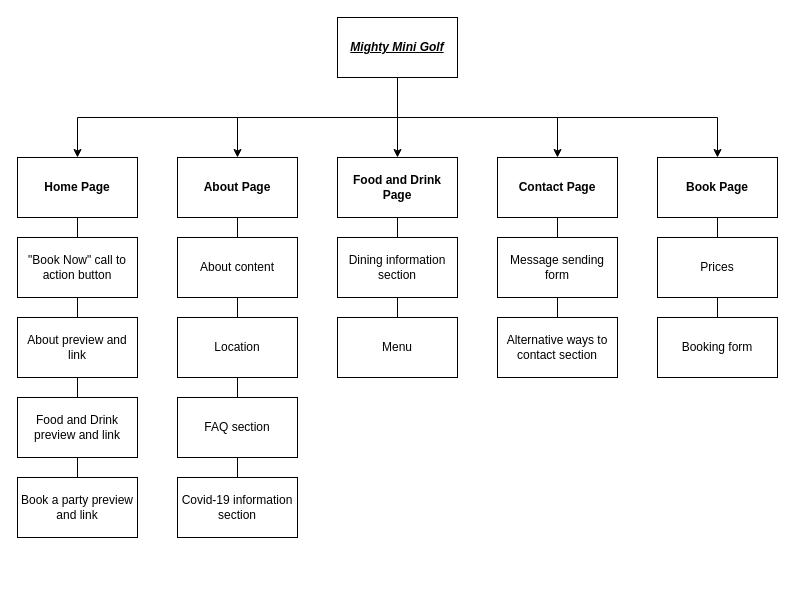
Above: docs/sitemap.drawio in MitchellJC/mightyMiniGolf (draw.io), before the change. Source tidied: cells renumbered, new cells numbered last; positions are measured from the earlier drawing's top-left corner, leaving out a move shared by most shapes. Both pictures are drawn from the tidied source at 100%, with x=0, y=0 at pixel (17, 17).
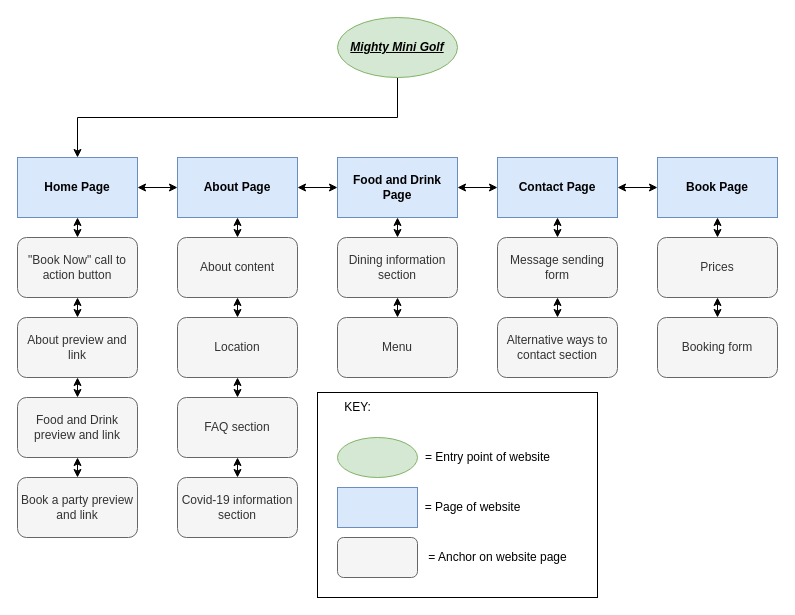
After the change.

The edit, as a diff of the source:
```diff
@@
-    <mxCell id="2" style="edgeStyle=orthogonalEdgeStyle;rounded=0;jettySize=auto;html=1;" parent="1" edge="1" source="7" target="8">
-      <mxGeometry relative="1" as="geometry" />
-    </mxCell>
+    <mxCell id="41" style="rounded=0;whiteSpace=wrap;html=1;" parent="1" vertex="1">
+      <mxGeometry x="300" y="375" width="280" height="205" as="geometry" />
+    </mxCell>
-    <mxCell id="3" style="edgeStyle=orthogonalEdgeStyle;rounded=0;jettySize=auto;html=1;exitX=0.5;exitY=1;exitDx=0;exitDy=0;" parent="1" edge="1" source="7" target="12">
+    <mxCell id="3" style="edgeStyle=orthogonalEdgeStyle;rounded=0;jettySize=auto;html=1;exitX=0.5;exitY=1;exitDx=0;exitDy=0;endArrow=classic;endFill=1;" parent="1" edge="1" source="7" target="12">
       <mxGeometry relative="1" as="geometry" />
     </mxCell>
-    <mxCell id="4" style="edgeStyle=orthogonalEdgeStyle;rounded=0;jettySize=auto;html=1;exitX=0.5;exitY=1;exitDx=0;exitDy=0;entryX=0.5;entryY=0;entryDx=0;entryDy=0;" parent="1" edge="1" source="7" target="9">
-      <mxGeometry relative="1" as="geometry" />
-    </mxCell>
-    <mxCell id="5" style="edgeStyle=orthogonalEdgeStyle;rounded=0;jettySize=auto;html=1;exitX=0.5;exitY=1;exitDx=0;exitDy=0;entryX=0.5;entryY=0;entryDx=0;entryDy=0;" parent="1" edge="1" source="7" target="10">
-      <mxGeometry relative="1" as="geometry" />
-    </mxCell>
-    <mxCell id="6" style="edgeStyle=orthogonalEdgeStyle;rounded=0;jettySize=auto;html=1;exitX=0.5;exitY=1;exitDx=0;exitDy=0;entryX=0.5;entryY=0;entryDx=0;entryDy=0;" parent="1" edge="1" source="7" target="13">
-      <mxGeometry relative="1" as="geometry" />
-    </mxCell>
-    <mxCell id="7" value="&lt;b&gt;&lt;i&gt;&lt;u&gt;Mighty Mini Golf&lt;/u&gt;&lt;/i&gt;&lt;/b&gt;" style="rounded=0;whiteSpace=wrap;html=1;" parent="1" vertex="1">
+    <mxCell id="7" value="&lt;b&gt;&lt;i&gt;&lt;u&gt;Mighty Mini Golf&lt;/u&gt;&lt;/i&gt;&lt;/b&gt;" style="ellipse;whiteSpace=wrap;html=1;fontFamily=Helvetica;fontSize=12;align=center;strokeColor=#82b366;fillColor=#d5e8d4;" parent="1" vertex="1">
       <mxGeometry x="320" width="120" height="60" as="geometry" />
     </mxCell>
+    <mxCell id="42" style="edgeStyle=orthogonalEdgeStyle;rounded=0;jettySize=auto;html=1;exitX=1;exitY=0.5;exitDx=0;exitDy=0;entryX=0;entryY=0.5;entryDx=0;entryDy=0;endArrow=classic;endFill=1;startArrow=classic;startFill=1;" parent="1" edge="1" source="8" target="10">
+      <mxGeometry relative="1" as="geometry" />
+    </mxCell>
-    <mxCell id="8" value="&lt;b&gt;Food and Drink Page&lt;/b&gt;" style="rounded=0;whiteSpace=wrap;html=1;" parent="1" vertex="1">
+    <mxCell id="8" value="&lt;b&gt;Food and Drink Page&lt;/b&gt;" style="rounded=0;whiteSpace=wrap;html=1;fillColor=#dae8fc;strokeColor=#6c8ebf;" parent="1" vertex="1">
       <mxGeometry x="320" y="140" width="120" height="60" as="geometry" />
     </mxCell>
+    <mxCell id="43" style="edgeStyle=orthogonalEdgeStyle;rounded=0;jettySize=auto;html=1;exitX=1;exitY=0.5;exitDx=0;exitDy=0;entryX=0;entryY=0.5;entryDx=0;entryDy=0;endArrow=classic;endFill=1;startArrow=classic;startFill=1;" parent="1" edge="1" source="9" target="8">
+      <mxGeometry relative="1" as="geometry" />
+    </mxCell>
-    <mxCell id="9" value="&lt;b&gt;About Page&lt;/b&gt;" style="rounded=0;whiteSpace=wrap;html=1;" parent="1" vertex="1">
+    <mxCell id="9" value="&lt;b&gt;About Page&lt;/b&gt;" style="rounded=0;whiteSpace=wrap;html=1;fillColor=#dae8fc;strokeColor=#6c8ebf;" parent="1" vertex="1">
       <mxGeometry x="160" y="140" width="120" height="60" as="geometry" />
     </mxCell>
+    <mxCell id="44" style="edgeStyle=orthogonalEdgeStyle;rounded=0;jettySize=auto;html=1;exitX=1;exitY=0.5;exitDx=0;exitDy=0;entryX=0;entryY=0.5;entryDx=0;entryDy=0;endArrow=classic;endFill=1;startArrow=classic;startFill=1;" parent="1" edge="1" source="10" target="13">
+      <mxGeometry relative="1" as="geometry" />
+    </mxCell>
-    <mxCell id="10" value="&lt;b&gt;Contact Page&lt;/b&gt;" style="rounded=0;whiteSpace=wrap;html=1;" parent="1" vertex="1">
+    <mxCell id="10" value="&lt;b&gt;Contact Page&lt;/b&gt;" style="rounded=0;whiteSpace=wrap;html=1;fillColor=#dae8fc;strokeColor=#6c8ebf;" parent="1" vertex="1">
       <mxGeometry x="480" y="140" width="120" height="60" as="geometry" />
     </mxCell>
-    <mxCell id="11" style="edgeStyle=none;rounded=0;jettySize=auto;html=1;exitX=0.5;exitY=1;exitDx=0;exitDy=0;endArrow=none;endFill=0;" parent="1" edge="1" source="12">
+    <mxCell id="11" style="edgeStyle=none;rounded=0;jettySize=auto;html=1;exitX=0.5;exitY=1;exitDx=0;exitDy=0;endArrow=classic;endFill=1;startArrow=classic;startFill=1;" parent="1" edge="1" source="12">
       <mxGeometry relative="1" as="geometry">
         <mxPoint x="60" y="220" as="targetPoint" />
       </mxGeometry>
     </mxCell>
+    <mxCell id="45" style="edgeStyle=orthogonalEdgeStyle;rounded=0;jettySize=auto;html=1;exitX=1;exitY=0.5;exitDx=0;exitDy=0;entryX=0;entryY=0.5;entryDx=0;entryDy=0;endArrow=classic;endFill=1;startArrow=classic;startFill=1;" parent="1" edge="1" source="12" target="9">
+      <mxGeometry relative="1" as="geometry" />
+    </mxCell>
-    <mxCell id="12" value="&lt;b&gt;Home Page&lt;/b&gt;" style="rounded=0;whiteSpace=wrap;html=1;" parent="1" vertex="1">
+    <mxCell id="12" value="&lt;b&gt;Home Page&lt;/b&gt;" style="rounded=0;whiteSpace=wrap;html=1;fillColor=#dae8fc;strokeColor=#6c8ebf;" parent="1" vertex="1">
       <mxGeometry y="140" width="120" height="60" as="geometry" />
     </mxCell>
-    <mxCell id="13" value="&lt;b&gt;Book Page&lt;/b&gt;" style="rounded=0;whiteSpace=wrap;html=1;" parent="1" vertex="1">
+    <mxCell id="13" value="&lt;b&gt;Book Page&lt;/b&gt;" style="rounded=0;whiteSpace=wrap;html=1;fillColor=#dae8fc;strokeColor=#6c8ebf;" parent="1" vertex="1">
       <mxGeometry x="640" y="140" width="120" height="60" as="geometry" />
     </mxCell>
-    <mxCell id="14" value="&quot;Book Now&quot; call to action button" style="rounded=0;whiteSpace=wrap;html=1;" parent="1" vertex="1">
+    <mxCell id="14" value="&quot;Book Now&quot; call to action button" style="rounded=1;whiteSpace=wrap;html=1;fillColor=#f5f5f5;strokeColor=#666666;fontColor=#333333;" parent="1" vertex="1">
       <mxGeometry y="220" width="120" height="60" as="geometry" />
     </mxCell>
-    <mxCell id="15" style="edgeStyle=none;rounded=0;orthogonalLoop=1;jettySize=auto;html=1;exitX=0.5;exitY=1;exitDx=0;exitDy=0;endArrow=none;endFill=0;" parent="1" edge="1">
+    <mxCell id="15" style="edgeStyle=none;rounded=0;orthogonalLoop=1;jettySize=auto;html=1;exitX=0.5;exitY=1;exitDx=0;exitDy=0;endArrow=classic;endFill=1;startArrow=classic;startFill=1;" parent="1" edge="1">
       <mxGeometry relative="1" as="geometry">
         <mxPoint x="60" y="280" as="sourcePoint" />
         <mxPoint x="60" y="300" as="targetPoint" />
       </mxGeometry>
     </mxCell>
-    <mxCell id="16" value="About preview and link" style="rounded=0;whiteSpace=wrap;html=1;" parent="1" vertex="1">
+    <mxCell id="16" value="About preview and link" style="rounded=1;whiteSpace=wrap;html=1;fillColor=#f5f5f5;strokeColor=#666666;fontColor=#333333;" parent="1" vertex="1">
       <mxGeometry y="300" width="120" height="60" as="geometry" />
     </mxCell>
-    <mxCell id="17" style="edgeStyle=none;rounded=0;orthogonalLoop=1;jettySize=auto;html=1;exitX=0.5;exitY=1;exitDx=0;exitDy=0;endArrow=none;endFill=0;" parent="1" edge="1">
+    <mxCell id="17" style="edgeStyle=none;rounded=0;orthogonalLoop=1;jettySize=auto;html=1;exitX=0.5;exitY=1;exitDx=0;exitDy=0;endArrow=classic;endFill=1;startArrow=classic;startFill=1;" parent="1" edge="1">
       <mxGeometry relative="1" as="geometry">
         <mxPoint x="60" y="360" as="sourcePoint" />
         <mxPoint x="60" y="380" as="targetPoint" />
       </mxGeometry>
     </mxCell>
-    <mxCell id="18" value="Food and Drink preview and link" style="rounded=0;whiteSpace=wrap;html=1;" parent="1" vertex="1">
+    <mxCell id="18" value="Food and Drink preview and link" style="rounded=1;whiteSpace=wrap;html=1;fillColor=#f5f5f5;strokeColor=#666666;fontColor=#333333;" parent="1" vertex="1">
       <mxGeometry y="380" width="120" height="60" as="geometry" />
     </mxCell>
-    <mxCell id="19" style="edgeStyle=none;rounded=0;orthogonalLoop=1;jettySize=auto;html=1;exitX=0.5;exitY=1;exitDx=0;exitDy=0;endArrow=none;endFill=0;" parent="1" edge="1">
+    <mxCell id="19" style="edgeStyle=none;rounded=0;orthogonalLoop=1;jettySize=auto;html=1;exitX=0.5;exitY=1;exitDx=0;exitDy=0;endArrow=classic;endFill=1;startArrow=classic;startFill=1;" parent="1" edge="1">
       <mxGeometry relative="1" as="geometry">
         <mxPoint x="60" y="440" as="sourcePoint" />
         <mxPoint x="60" y="460" as="targetPoint" />
       </mxGeometry>
     </mxCell>
-    <mxCell id="20" value="Book a party preview and link" style="rounded=0;whiteSpace=wrap;html=1;" parent="1" vertex="1">
+    <mxCell id="20" value="Book a party preview and link" style="rounded=1;whiteSpace=wrap;html=1;fillColor=#f5f5f5;strokeColor=#666666;fontColor=#333333;" parent="1" vertex="1">
       <mxGeometry y="460" width="120" height="60" as="geometry" />
     </mxCell>
-    <mxCell id="21" style="edgeStyle=none;rounded=0;orthogonalLoop=1;jettySize=auto;html=1;exitX=0.5;exitY=1;exitDx=0;exitDy=0;endArrow=none;endFill=0;" parent="1" edge="1">
+    <mxCell id="21" style="edgeStyle=none;rounded=0;orthogonalLoop=1;jettySize=auto;html=1;exitX=0.5;exitY=1;exitDx=0;exitDy=0;endArrow=classic;endFill=1;startArrow=classic;startFill=1;" parent="1" edge="1">
       <mxGeometry relative="1" as="geometry">
         <mxPoint x="220" y="200" as="sourcePoint" />
         <mxPoint x="220" y="220" as="targetPoint" />
       </mxGeometry>
     </mxCell>
-    <mxCell id="22" value="About content" style="rounded=0;whiteSpace=wrap;html=1;" parent="1" vertex="1">
+    <mxCell id="22" value="About content" style="rounded=1;whiteSpace=wrap;html=1;fillColor=#f5f5f5;strokeColor=#666666;fontColor=#333333;" parent="1" vertex="1">
       <mxGeometry x="160" y="220" width="120" height="60" as="geometry" />
     </mxCell>
-    <mxCell id="23" style="edgeStyle=none;rounded=0;orthogonalLoop=1;jettySize=auto;html=1;exitX=0.5;exitY=1;exitDx=0;exitDy=0;endArrow=none;endFill=0;" parent="1" edge="1">
+    <mxCell id="23" style="edgeStyle=none;rounded=0;orthogonalLoop=1;jettySize=auto;html=1;exitX=0.5;exitY=1;exitDx=0;exitDy=0;endArrow=classic;endFill=1;startArrow=classic;startFill=1;" parent="1" edge="1">
       <mxGeometry relative="1" as="geometry">
         <mxPoint x="220" y="280" as="sourcePoint" />
         <mxPoint x="220" y="300" as="targetPoint" />
       </mxGeometry>
     </mxCell>
-    <mxCell id="24" value="Location" style="rounded=0;whiteSpace=wrap;html=1;" parent="1" vertex="1">
+    <mxCell id="24" value="Location" style="rounded=1;whiteSpace=wrap;html=1;fillColor=#f5f5f5;strokeColor=#666666;fontColor=#333333;" parent="1" vertex="1">
       <mxGeometry x="160" y="300" width="120" height="60" as="geometry" />
     </mxCell>
-    <mxCell id="25" style="edgeStyle=none;rounded=0;orthogonalLoop=1;jettySize=auto;html=1;exitX=0.5;exitY=1;exitDx=0;exitDy=0;endArrow=none;endFill=0;" parent="1" edge="1">
+    <mxCell id="25" style="edgeStyle=none;rounded=0;orthogonalLoop=1;jettySize=auto;html=1;exitX=0.5;exitY=1;exitDx=0;exitDy=0;endArrow=classic;endFill=1;startArrow=classic;startFill=1;" parent="1" edge="1">
       <mxGeometry relative="1" as="geometry">
         <mxPoint x="220" y="360" as="sourcePoint" />
         <mxPoint x="220" y="380" as="targetPoint" />
       </mxGeometry>
     </mxCell>
-    <mxCell id="26" value="FAQ section" style="rounded=0;whiteSpace=wrap;html=1;" parent="1" vertex="1">
+    <mxCell id="26" value="FAQ section" style="rounded=1;whiteSpace=wrap;html=1;fillColor=#f5f5f5;strokeColor=#666666;fontColor=#333333;" parent="1" vertex="1">
       <mxGeometry x="160" y="380" width="120" height="60" as="geometry" />
     </mxCell>
-    <mxCell id="27" style="edgeStyle=none;rounded=0;orthogonalLoop=1;jettySize=auto;html=1;exitX=0.5;exitY=1;exitDx=0;exitDy=0;endArrow=none;endFill=0;" parent="1" edge="1">
+    <mxCell id="27" style="edgeStyle=none;rounded=0;orthogonalLoop=1;jettySize=auto;html=1;exitX=0.5;exitY=1;exitDx=0;exitDy=0;endArrow=classic;endFill=1;startArrow=classic;startFill=1;" parent="1" edge="1">
       <mxGeometry relative="1" as="geometry">
         <mxPoint x="220" y="440" as="sourcePoint" />
         <mxPoint x="220" y="460" as="targetPoint" />
       </mxGeometry>
     </mxCell>
-    <mxCell id="28" value="Covid-19 information section" style="rounded=0;whiteSpace=wrap;html=1;" parent="1" vertex="1">
+    <mxCell id="28" value="Covid-19 information section" style="rounded=1;whiteSpace=wrap;html=1;fillColor=#f5f5f5;strokeColor=#666666;fontColor=#333333;" parent="1" vertex="1">
       <mxGeometry x="160" y="460" width="120" height="60" as="geometry" />
     </mxCell>
-    <mxCell id="29" style="edgeStyle=none;rounded=0;orthogonalLoop=1;jettySize=auto;html=1;exitX=0.5;exitY=1;exitDx=0;exitDy=0;endArrow=none;endFill=0;" parent="1" edge="1">
+    <mxCell id="29" style="edgeStyle=none;rounded=0;orthogonalLoop=1;jettySize=auto;html=1;exitX=0.5;exitY=1;exitDx=0;exitDy=0;endArrow=classic;endFill=1;startArrow=classic;startFill=1;" parent="1" edge="1">
       <mxGeometry relative="1" as="geometry">
         <mxPoint x="380" y="200" as="sourcePoint" />
         <mxPoint x="380" y="220" as="targetPoint" />
       </mxGeometry>
     </mxCell>
-    <mxCell id="30" value="Dining information section" style="rounded=0;whiteSpace=wrap;html=1;" parent="1" vertex="1">
+    <mxCell id="30" value="Dining information section" style="rounded=1;whiteSpace=wrap;html=1;fillColor=#f5f5f5;strokeColor=#666666;fontColor=#333333;" parent="1" vertex="1">
       <mxGeometry x="320" y="220" width="120" height="60" as="geometry" />
     </mxCell>
-    <mxCell id="31" style="edgeStyle=none;rounded=0;orthogonalLoop=1;jettySize=auto;html=1;exitX=0.5;exitY=1;exitDx=0;exitDy=0;endArrow=none;endFill=0;" parent="1" edge="1">
+    <mxCell id="31" style="edgeStyle=none;rounded=0;orthogonalLoop=1;jettySize=auto;html=1;exitX=0.5;exitY=1;exitDx=0;exitDy=0;endArrow=classic;endFill=1;startArrow=classic;startFill=1;" parent="1" edge="1">
       <mxGeometry relative="1" as="geometry">
         <mxPoint x="380" y="280" as="sourcePoint" />
         <mxPoint x="380" y="300" as="targetPoint" />
       </mxGeometry>
     </mxCell>
-    <mxCell id="32" value="Menu" style="rounded=0;whiteSpace=wrap;html=1;" parent="1" vertex="1">
+    <mxCell id="32" value="Menu" style="rounded=1;whiteSpace=wrap;html=1;fillColor=#f5f5f5;strokeColor=#666666;fontColor=#333333;" parent="1" vertex="1">
       <mxGeometry x="320" y="300" width="120" height="60" as="geometry" />
     </mxCell>
-    <mxCell id="33" style="edgeStyle=none;rounded=0;orthogonalLoop=1;jettySize=auto;html=1;exitX=0.5;exitY=1;exitDx=0;exitDy=0;endArrow=none;endFill=0;" parent="1" edge="1">
+    <mxCell id="33" style="edgeStyle=none;rounded=0;orthogonalLoop=1;jettySize=auto;html=1;exitX=0.5;exitY=1;exitDx=0;exitDy=0;endArrow=classic;endFill=1;startArrow=classic;startFill=1;" parent="1" edge="1">
       <mxGeometry relative="1" as="geometry">
         <mxPoint x="540" y="200" as="sourcePoint" />
         <mxPoint x="540" y="220" as="targetPoint" />
       </mxGeometry>
     </mxCell>
-    <mxCell id="34" value="Message sending form" style="rounded=0;whiteSpace=wrap;html=1;" parent="1" vertex="1">
+    <mxCell id="34" value="Message sending form" style="rounded=1;whiteSpace=wrap;html=1;fillColor=#f5f5f5;strokeColor=#666666;fontColor=#333333;" parent="1" vertex="1">
       <mxGeometry x="480" y="220" width="120" height="60" as="geometry" />
     </mxCell>
-    <mxCell id="35" style="edgeStyle=none;rounded=0;orthogonalLoop=1;jettySize=auto;html=1;exitX=0.5;exitY=1;exitDx=0;exitDy=0;endArrow=none;endFill=0;" parent="1" edge="1">
+    <mxCell id="35" style="edgeStyle=none;rounded=0;orthogonalLoop=1;jettySize=auto;html=1;exitX=0.5;exitY=1;exitDx=0;exitDy=0;endArrow=classic;endFill=1;startArrow=classic;startFill=1;" parent="1" edge="1">
       <mxGeometry relative="1" as="geometry">
         <mxPoint x="540" y="280" as="sourcePoint" />
         <mxPoint x="540" y="300" as="targetPoint" />
       </mxGeometry>
     </mxCell>
-    <mxCell id="36" value="Alternative ways to contact section" style="rounded=0;whiteSpace=wrap;html=1;" parent="1" vertex="1">
+    <mxCell id="36" value="Alternative ways to contact section" style="rounded=1;whiteSpace=wrap;html=1;fillColor=#f5f5f5;strokeColor=#666666;fontColor=#333333;" parent="1" vertex="1">
       <mxGeometry x="480" y="300" width="120" height="60" as="geometry" />
     </mxCell>
-    <mxCell id="37" style="edgeStyle=none;rounded=0;orthogonalLoop=1;jettySize=auto;html=1;exitX=0.5;exitY=1;exitDx=0;exitDy=0;endArrow=none;endFill=0;" parent="1" edge="1">
+    <mxCell id="37" style="edgeStyle=none;rounded=0;orthogonalLoop=1;jettySize=auto;html=1;exitX=0.5;exitY=1;exitDx=0;exitDy=0;endArrow=classic;endFill=1;startArrow=classic;startFill=1;" parent="1" edge="1">
       <mxGeometry relative="1" as="geometry">
         <mxPoint x="700" y="200" as="sourcePoint" />
         <mxPoint x="700" y="220" as="targetPoint" />
       </mxGeometry>
     </mxCell>
-    <mxCell id="38" value="Prices" style="rounded=0;whiteSpace=wrap;html=1;" parent="1" vertex="1">
+    <mxCell id="38" value="Prices" style="rounded=1;whiteSpace=wrap;html=1;fillColor=#f5f5f5;strokeColor=#666666;fontColor=#333333;" parent="1" vertex="1">
       <mxGeometry x="640" y="220" width="120" height="60" as="geometry" />
     </mxCell>
-    <mxCell id="39" style="edgeStyle=none;rounded=0;orthogonalLoop=1;jettySize=auto;html=1;exitX=0.5;exitY=1;exitDx=0;exitDy=0;endArrow=none;endFill=0;" parent="1" edge="1">
+    <mxCell id="39" style="edgeStyle=none;rounded=0;orthogonalLoop=1;jettySize=auto;html=1;exitX=0.5;exitY=1;exitDx=0;exitDy=0;endArrow=classic;endFill=1;startArrow=classic;startFill=1;" parent="1" edge="1">
       <mxGeometry relative="1" as="geometry">
         <mxPoint x="700" y="280" as="sourcePoint" />
         <mxPoint x="700" y="300" as="targetPoint" />
       </mxGeometry>
     </mxCell>
-    <mxCell id="40" value="Booking form" style="rounded=0;whiteSpace=wrap;html=1;" parent="1" vertex="1">
+    <mxCell id="40" value="Booking form" style="rounded=1;whiteSpace=wrap;html=1;fillColor=#f5f5f5;strokeColor=#666666;fontColor=#333333;" parent="1" vertex="1">
       <mxGeometry x="640" y="300" width="120" height="60" as="geometry" />
     </mxCell>
+    <mxCell id="46" value="KEY:" style="text;html=1;align=center;verticalAlign=middle;" parent="1" vertex="1">
+      <mxGeometry x="320" y="380" width="40" height="20" as="geometry" />
+    </mxCell>
+    <mxCell id="47" style="ellipse;whiteSpace=wrap;html=1;fontFamily=Helvetica;fontSize=12;align=center;strokeColor=#82b366;fillColor=#d5e8d4;" parent="1" vertex="1">
+      <mxGeometry x="320" y="420" width="80" height="40" as="geometry" />
+    </mxCell>
+    <mxCell id="48" value="= Entry point of website" style="text;html=1;align=center;verticalAlign=middle;" parent="1" vertex="1">
+      <mxGeometry x="400" y="430" width="140" height="20" as="geometry" />
+    </mxCell>
+    <mxCell id="49" style="rounded=0;whiteSpace=wrap;html=1;fillColor=#dae8fc;strokeColor=#6c8ebf;" parent="1" vertex="1">
+      <mxGeometry x="320" y="470" width="80" height="40" as="geometry" />
+    </mxCell>
+    <mxCell id="50" value="= Page of website" style="text;html=1;align=center;verticalAlign=middle;" parent="1" vertex="1">
+      <mxGeometry x="400" y="480" width="110" height="20" as="geometry" />
+    </mxCell>
+    <mxCell id="51" style="rounded=1;whiteSpace=wrap;html=1;fillColor=#f5f5f5;strokeColor=#666666;fontColor=#333333;" parent="1" vertex="1">
+      <mxGeometry x="320" y="520" width="80" height="40" as="geometry" />
+    </mxCell>
+    <mxCell id="52" value="= Anchor on website page" style="text;html=1;align=center;verticalAlign=middle;" parent="1" vertex="1">
+      <mxGeometry x="405" y="530" width="150" height="20" as="geometry" />
+    </mxCell>
```
